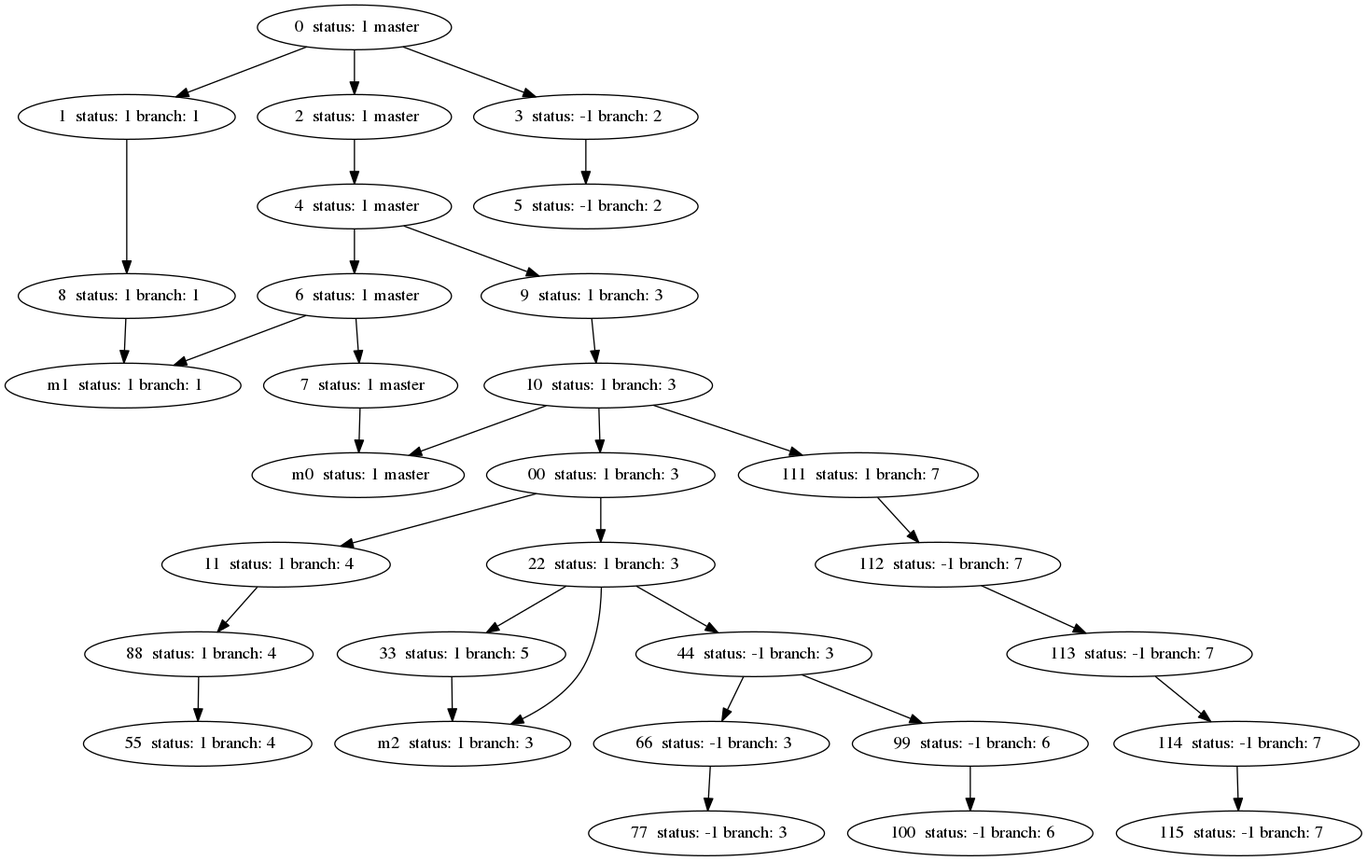
The Graphviz diagram grafo.png in alejo17/EDA, before a commit. Its source is kept beside it as grafo.dot.
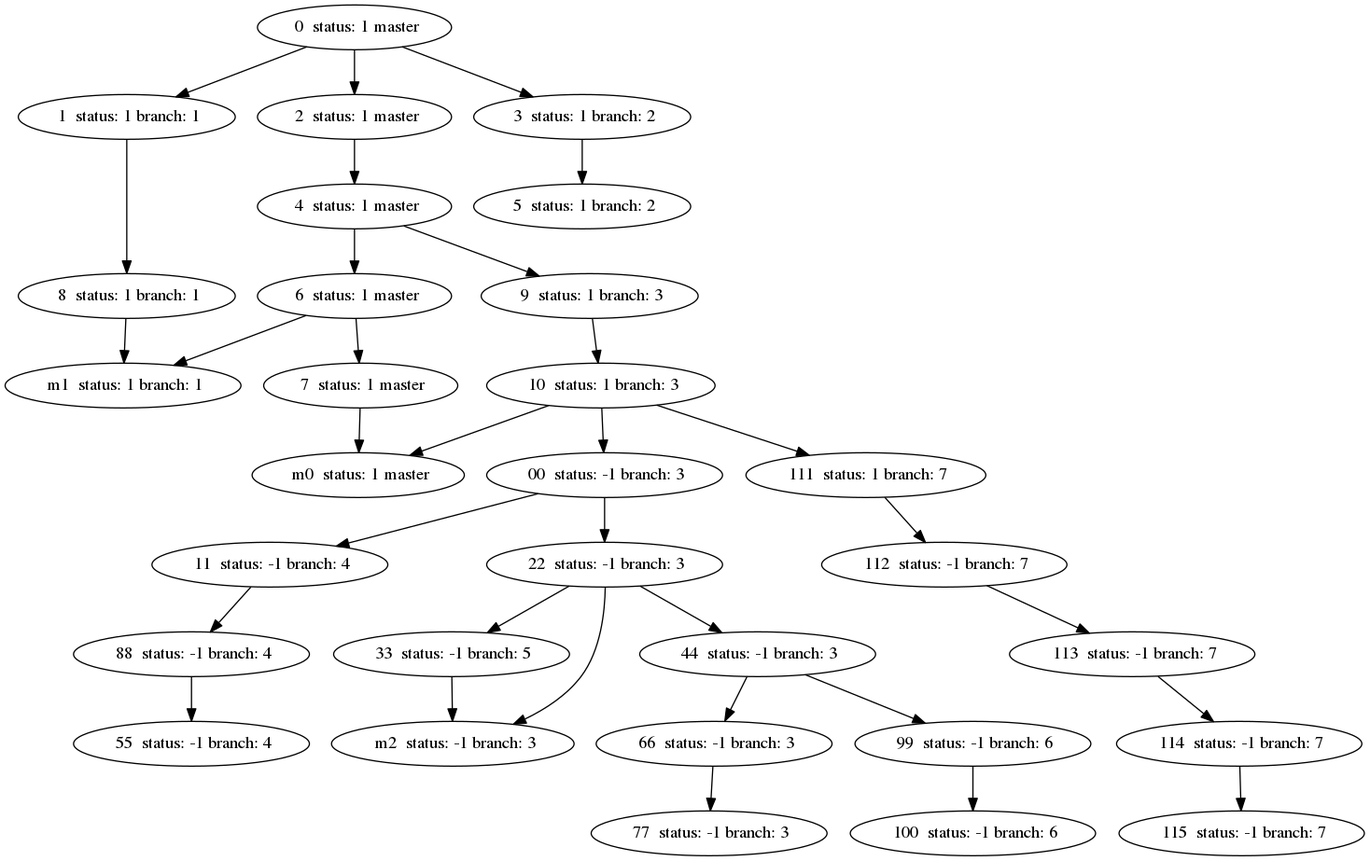
Above is the later version.

The edit, as a diff of the source:
```diff
@@ -3,9 +3,9 @@
 	0[label=" 0  status: 1 master";];
 	1[label=" 1  status: 1 branch: 1";];
 	2[label=" 2  status: 1 master";];
-	3[label=" 3  status: -1 branch: 2";];
+	3[label=" 3  status: 1 branch: 2";];
 	4[label=" 4  status: 1 master";];
-	5[label=" 5  status: -1 branch: 2";];
+	5[label=" 5  status: 1 branch: 2";];
 	6[label=" 6  status: 1 master";];
 	7[label=" 7  status: 1 master";];
 	8[label=" 8  status: 1 branch: 1";];
@@ -13,18 +13,18 @@
 	10[label=" 10  status: 1 branch: 3";];
 	m0[label=" m0  status: 1 master";];
 	m1[label=" m1  status: 1 branch: 1";];
-	00[label=" 00  status: 1 branch: 3";];
-	11[label=" 11  status: 1 branch: 4";];
-	22[label=" 22  status: 1 branch: 3";];
-	33[label=" 33  status: 1 branch: 5";];
+	00[label=" 00  status: -1 branch: 3";];
+	11[label=" 11  status: -1 branch: 4";];
+	22[label=" 22  status: -1 branch: 3";];
+	33[label=" 33  status: -1 branch: 5";];
 	44[label=" 44  status: -1 branch: 3";];
-	55[label=" 55  status: 1 branch: 4";];
+	55[label=" 55  status: -1 branch: 4";];
 	66[label=" 66  status: -1 branch: 3";];
 	77[label=" 77  status: -1 branch: 3";];
-	88[label=" 88  status: 1 branch: 4";];
+	88[label=" 88  status: -1 branch: 4";];
 	99[label=" 99  status: -1 branch: 6";];
 	100[label=" 100  status: -1 branch: 6";];
-	m2[label=" m2  status: 1 branch: 3";];
+	m2[label=" m2  status: -1 branch: 3";];
 	111[label=" 111  status: 1 branch: 7";];
 	112[label=" 112  status: -1 branch: 7";];
 	113[label=" 113  status: -1 branch: 7";];
```
